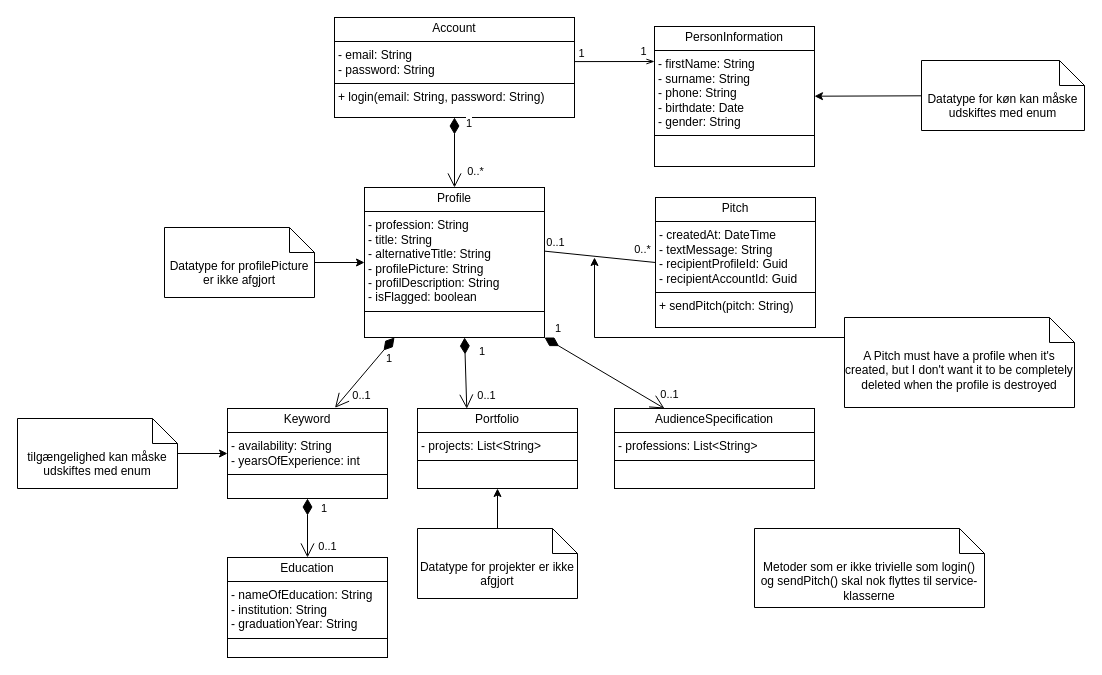
erikato-git/Hovedopgaven_LinkUp keeps this draw.io diagram as Dokumenter/Bilag/1. Forundersøgelse/Design klassediagram - EN.drawio. Above is the earlier version. Source tidied: cells renumbered, new cells numbered last; positions are measured from the earlier drawing's top-left corner, leaving out a move shared by most shapes. Both pictures are drawn from the tidied source at 100%, with x=0, y=0 at pixel (17, 17).
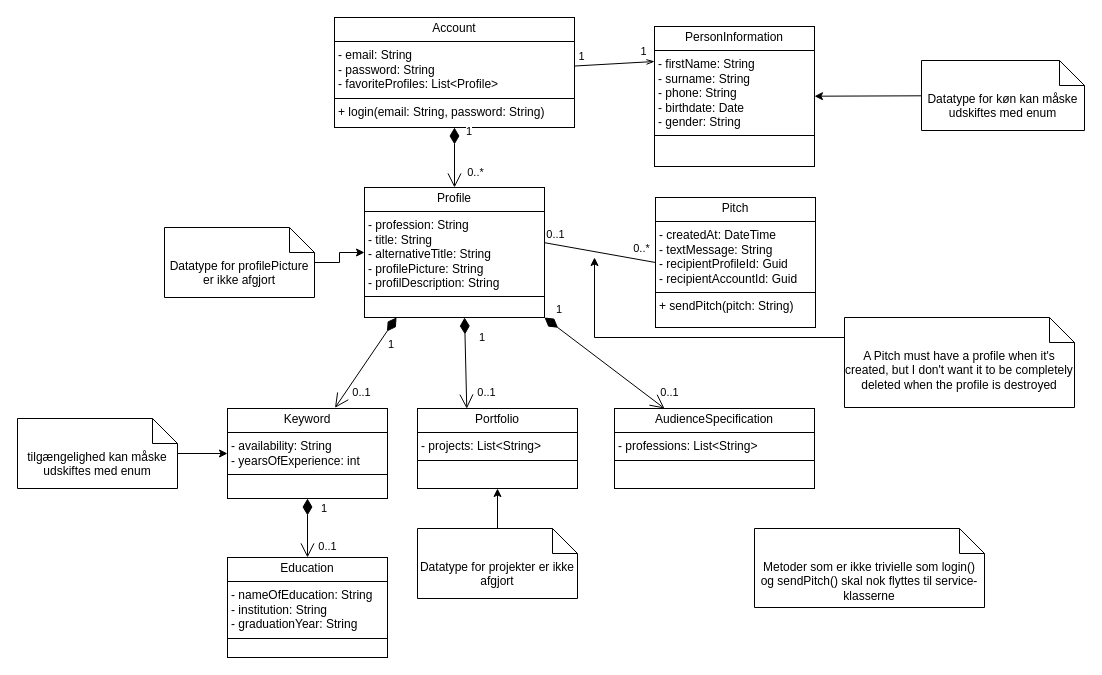
Above is the later version.

Unchanged cells that the change refers to:
```xml
<mxCell id="18" value="&lt;p style=&quot;margin:0px;margin-top:4px;text-align:center;&quot;&gt;Keyword&lt;/p&gt;&lt;hr size=&quot;1&quot; style=&quot;border-style:solid;&quot;&gt;&lt;p style=&quot;margin:0px;margin-left:4px;&quot;&gt;- availability: String&lt;br&gt;&lt;/p&gt;&lt;p style=&quot;margin:0px;margin-left:4px;&quot;&gt;- yearsOfExperience: int&lt;/p&gt;&lt;hr size=&quot;1&quot; style=&quot;border-style:solid;&quot;&gt;&lt;p style=&quot;margin:0px;margin-left:4px;&quot;&gt;&lt;br&gt;&lt;/p&gt;" style="verticalAlign=top;align=left;overflow=fill;html=1;whiteSpace=wrap;" parent="1" vertex="1">
  <mxGeometry x="210" y="391" width="160" height="90" as="geometry" />
</mxCell>
```

What changed in the source:
```diff
@@
-    <mxCell id="2" value="&lt;p style=&quot;margin:0px;margin-top:4px;text-align:center;&quot;&gt;Account&lt;/p&gt;&lt;hr size=&quot;1&quot; style=&quot;border-style:solid;&quot;&gt;&lt;p style=&quot;margin:0px;margin-left:4px;&quot;&gt;- email: String&lt;br&gt;- password: String&lt;/p&gt;&lt;hr size=&quot;1&quot; style=&quot;border-style:solid;&quot;&gt;&lt;p style=&quot;margin:0px;margin-left:4px;&quot;&gt;+ login(email: String, password: String)&lt;br&gt;&lt;/p&gt;" style="verticalAlign=top;align=left;overflow=fill;html=1;whiteSpace=wrap;" parent="1" vertex="1">
-      <mxGeometry x="317" width="240" height="100" as="geometry" />
+    <mxCell id="2" value="&lt;p style=&quot;margin:0px;margin-top:4px;text-align:center;&quot;&gt;Account&lt;/p&gt;&lt;hr size=&quot;1&quot; style=&quot;border-style:solid;&quot;&gt;&lt;p style=&quot;margin:0px;margin-left:4px;&quot;&gt;- email: String&lt;br&gt;- password: String&lt;/p&gt;&lt;p style=&quot;margin:0px;margin-left:4px;&quot;&gt;- favoriteProfiles: List&amp;lt;Profile&amp;gt;&lt;/p&gt;&lt;hr size=&quot;1&quot; style=&quot;border-style:solid;&quot;&gt;&lt;p style=&quot;margin:0px;margin-left:4px;&quot;&gt;+ login(email: String, password: String)&lt;br&gt;&lt;/p&gt;" style="verticalAlign=top;align=left;overflow=fill;html=1;whiteSpace=wrap;" parent="1" vertex="1">
+      <mxGeometry x="317" width="240" height="110" as="geometry" />
     </mxCell>
@@
-    <mxCell id="5" value="&lt;p style=&quot;margin:0px;margin-top:4px;text-align:center;&quot;&gt;Profile&lt;/p&gt;&lt;hr size=&quot;1&quot; style=&quot;border-style:solid;&quot;&gt;&lt;p style=&quot;margin:0px;margin-left:4px;&quot;&gt;- profession: String&lt;br&gt;- title: String&lt;/p&gt;&lt;p style=&quot;margin:0px;margin-left:4px;&quot;&gt;- alternativeTitle: String&lt;/p&gt;&lt;p style=&quot;margin:0px;margin-left:4px;&quot;&gt;- profilePicture: String&lt;/p&gt;&lt;p style=&quot;margin:0px;margin-left:4px;&quot;&gt;- profilDescription: String&lt;/p&gt;&lt;p style=&quot;margin:0px;margin-left:4px;&quot;&gt;- isFlagged: boolean&lt;/p&gt;&lt;hr size=&quot;1&quot; style=&quot;border-style:solid;&quot;&gt;&lt;p style=&quot;margin:0px;margin-left:4px;&quot;&gt;&lt;br&gt;&lt;/p&gt;" style="verticalAlign=top;align=left;overflow=fill;html=1;whiteSpace=wrap;" parent="1" vertex="1">
-      <mxGeometry x="347" y="170" width="180" height="150" as="geometry" />
+    <mxCell id="5" value="&lt;p style=&quot;margin:0px;margin-top:4px;text-align:center;&quot;&gt;Profile&lt;/p&gt;&lt;hr size=&quot;1&quot; style=&quot;border-style:solid;&quot;&gt;&lt;p style=&quot;margin:0px;margin-left:4px;&quot;&gt;- profession: String&lt;br&gt;- title: String&lt;/p&gt;&lt;p style=&quot;margin:0px;margin-left:4px;&quot;&gt;- alternativeTitle: String&lt;/p&gt;&lt;p style=&quot;margin:0px;margin-left:4px;&quot;&gt;- profilePicture: String&lt;/p&gt;&lt;p style=&quot;margin:0px;margin-left:4px;&quot;&gt;- profilDescription: String&lt;/p&gt;&lt;hr size=&quot;1&quot; style=&quot;border-style:solid;&quot;&gt;&lt;p style=&quot;margin:0px;margin-left:4px;&quot;&gt;&lt;br&gt;&lt;/p&gt;" style="verticalAlign=top;align=left;overflow=fill;html=1;whiteSpace=wrap;" parent="1" vertex="1">
+      <mxGeometry x="347" y="170" width="180" height="130" as="geometry" />
     </mxCell>
@@
-    <mxCell id="19" value="1" style="endArrow=open;html=1;endSize=12;startArrow=diamondThin;startSize=14;startFill=1;align=left;verticalAlign=bottom;rounded=0;entryX=0.672;entryY=-0.008;entryDx=0;entryDy=0;entryPerimeter=0;" parent="1" edge="1" target="18">
-      <mxGeometry x="-0.36" y="12" relative="1" as="geometry">
-        <mxPoint x="377" y="320" as="sourcePoint" />
-      </mxGeometry>
+    <mxCell id="19" value="1" style="endArrow=open;html=1;endSize=12;startArrow=diamondThin;startSize=14;startFill=1;align=left;verticalAlign=bottom;rounded=0;entryX=0.672;entryY=-0.008;entryDx=0;entryDy=0;entryPerimeter=0;exitX=0.178;exitY=0.999;exitDx=0;exitDy=0;exitPerimeter=0;" parent="1" edge="1" source="5" target="18">
+      <mxGeometry x="-0.36" y="12" relative="1" as="geometry" />
     </mxCell>
```
